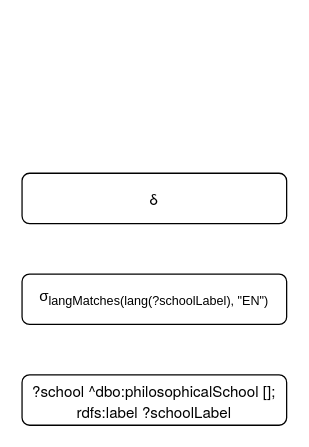
Above: page "A-main" (1 of 2) of SparqlFlow.drawio in miguel76/know-flow (draw.io), before the change. Source tidied: cells renumbered, new cells numbered last; positions are measured from the earlier drawing's top-left corner, leaving out a move shared by most shapes. Both pictures are drawn from the tidied source at 126%, with x=0, y=0 at pixel (21, 173).
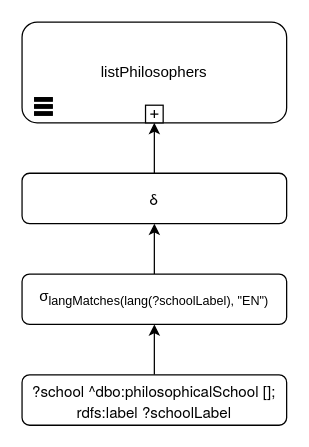
Above is the later version.

The edit, as a diff of the source:
```diff
@@
 <mxGraphModel>
   <root>
     <mxCell id="0" />
     <mxCell id="1" parent="0" />
+    <mxCell id="5" style="edgeStyle=orthogonalEdgeStyle;rounded=0;jettySize=auto;html=1;exitX=0.5;exitY=0;exitDx=0;exitDy=0;entryX=0.5;entryY=1;entryDx=0;entryDy=0;" parent="1" edge="1" source="2" target="4">
+      <mxGeometry relative="1" as="geometry" />
+    </mxCell>
     <mxCell id="2" value="&lt;p class=&quot;p1&quot; style=&quot;margin: 0px 0px 2px ; font-stretch: normal ; line-height: normal&quot;&gt;σ&lt;sub&gt;langMatches(lang(?schoolLabel), &quot;EN&quot;)&lt;/sub&gt;&lt;/p&gt;" style="shape=ext;rounded=1;html=1;whiteSpace=wrap;" parent="1" vertex="1">
       <mxGeometry y="80" width="210" height="40" as="geometry" />
     </mxCell>
+    <mxCell id="6" style="edgeStyle=orthogonalEdgeStyle;rounded=0;jettySize=auto;html=1;exitX=0.5;exitY=0;exitDx=0;exitDy=0;entryX=0.5;entryY=1;entryDx=0;entryDy=0;" parent="1" edge="1" source="3" target="2">
+      <mxGeometry relative="1" as="geometry" />
+    </mxCell>
     <mxCell id="3" value="&lt;p class=&quot;p1&quot; style=&quot;margin: 0px ; font-stretch: normal ; line-height: normal ; font-family: &amp;#34;helvetica neue&amp;#34;&quot;&gt;?school ^dbo:philosophicalSchool []; rdfs:label ?schoolLabel&lt;/p&gt;" style="shape=ext;rounded=1;html=1;whiteSpace=wrap;" parent="1" vertex="1">
       <mxGeometry y="160" width="210" height="40" as="geometry" />
     </mxCell>
+    <mxCell id="7" style="edgeStyle=orthogonalEdgeStyle;rounded=0;jettySize=auto;html=1;exitX=0.5;exitY=0;exitDx=0;exitDy=0;entryX=0.5;entryY=1;entryDx=0;entryDy=0;" parent="1" edge="1" source="4" target="9">
+      <mxGeometry relative="1" as="geometry" />
+    </mxCell>
     <mxCell id="4" value="&lt;p class=&quot;p1&quot; style=&quot;margin: 0px ; font-stretch: normal ; line-height: normal ; font-family: &amp;#34;helvetica neue&amp;#34;&quot;&gt;δ&lt;/p&gt;" style="shape=ext;rounded=1;html=1;whiteSpace=wrap;" parent="1" vertex="1">
       <mxGeometry width="210" height="40" as="geometry" />
     </mxCell>
+    <mxCell id="8" value="listPhilosophers" style="html=1;whiteSpace=wrap;rounded=1;" parent="1" vertex="1">
+      <mxGeometry y="-120" width="210" height="80" as="geometry" />
+    </mxCell>
+    <mxCell id="9" style="html=1;shape=plus;outlineConnect=0;" parent="8" vertex="1">
+      <mxGeometry x="0.5" y="1" width="14" height="14" relative="1" as="geometry">
+        <mxPoint x="-7" y="-14" as="offset" />
+      </mxGeometry>
+    </mxCell>
+    <mxCell id="10" style="shape=parallelMarker;direction=south;html=1;" parent="1" vertex="1">
+      <mxGeometry x="10" y="-60" width="14" height="14" as="geometry" />
+    </mxCell>
   </root>
 </mxGraphModel>
```
